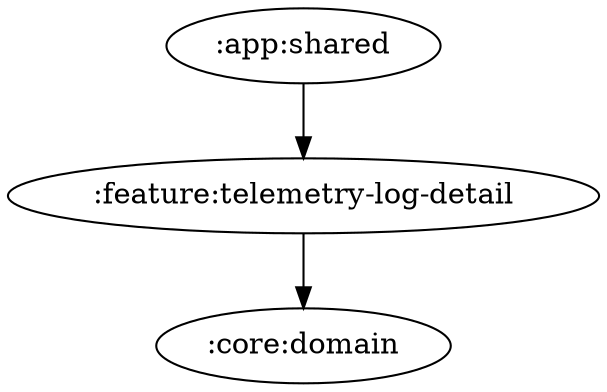
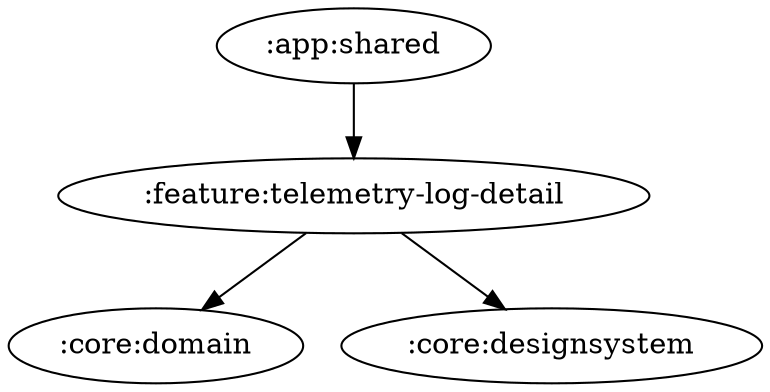
digraph G {
  rankdir=TB
  ":app:shared" -> ":feature:telemetry-log-detail"
  ":feature:telemetry-log-detail" -> ":core:domain"
+   ":feature:telemetry-log-detail" -> ":core:designsystem"
}